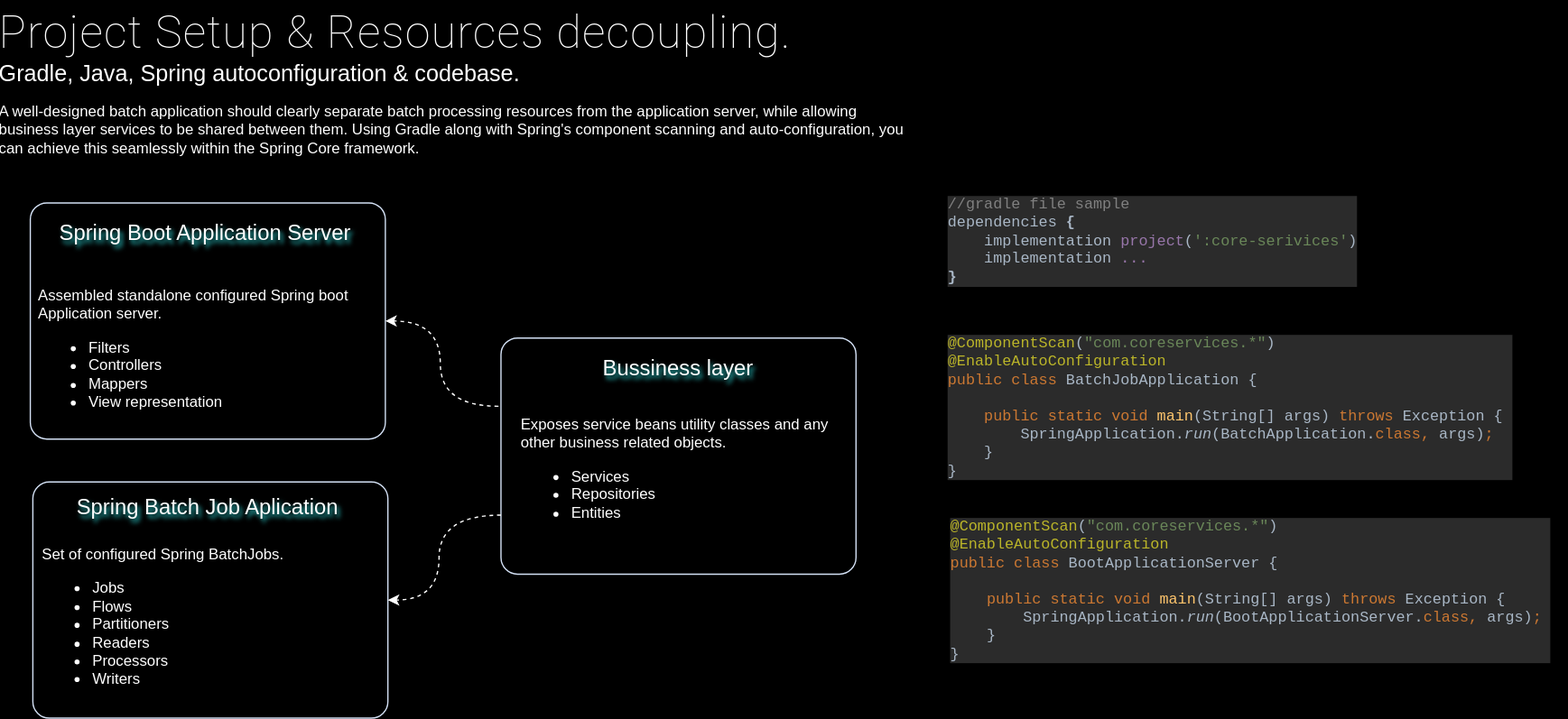
The draw.io diagram public/images/spring-batch-project-setup.drawio.svg in gsaukov/spring-batch-demo, before a commit. Source tidied: cells renumbered, new cells last; positions are measured from the earlier drawing's top-left corner, leaving out a move shared by most shapes. The source it was exported from:
```xml
<mxGraphModel background="#000000">
  <root>
    <mxCell id="0" />
    <mxCell id="1" parent="0" />
    <mxCell id="2" style="rounded=1;whiteSpace=wrap;html=1;shadow=0;arcSize=7;fillColor=none;glass=0;perimeterSpacing=0;labelBorderColor=none;shadowOffsetX=2;shadowOpacity=80;shadowColor=#33FFFF;strokeColor=#D4E1F5;strokeWidth=1;shadowBlur=1;shadowOffsetY=2;" parent="1" vertex="1">
      <mxGeometry x="26.5" y="381" width="281" height="187" as="geometry" />
    </mxCell>
    <mxCell id="3" style="rounded=1;whiteSpace=wrap;html=1;shadow=0;arcSize=7;fillColor=none;glass=0;perimeterSpacing=0;labelBorderColor=none;shadowOffsetX=2;shadowOpacity=80;shadowColor=#33FFFF;strokeColor=#D4E1F5;strokeWidth=1;shadowBlur=1;shadowOffsetY=2;" parent="1" vertex="1">
      <mxGeometry x="24.5" y="160" width="281" height="187" as="geometry" />
    </mxCell>
    <mxCell id="4" style="rounded=1;whiteSpace=wrap;html=1;shadow=0;arcSize=7;fillColor=none;glass=0;perimeterSpacing=0;labelBorderColor=none;shadowOffsetX=2;shadowOpacity=80;shadowColor=#33FFFF;strokeColor=#D4E1F5;strokeWidth=1;shadowBlur=1;shadowOffsetY=2;" parent="1" vertex="1">
      <mxGeometry x="397" y="267" width="281" height="187" as="geometry" />
    </mxCell>
    <mxCell id="5" value="Bussiness layer" style="text;html=1;strokeColor=none;fillColor=none;align=center;verticalAlign=middle;whiteSpace=wrap;rounded=0;shadow=0;sketch=0;shadowColor=#33FFFF;textShadow=1;fontColor=#FFFFFF;shadowOpacity=80;fontSize=17;" parent="1" vertex="1">
      <mxGeometry x="406" y="267" width="263" height="50" as="geometry" />
    </mxCell>
    <mxCell id="6" style="edgeStyle=orthogonalEdgeStyle;rounded=0;jettySize=auto;html=1;exitX=-0.007;exitY=0.289;exitDx=0;exitDy=0;entryX=1;entryY=0.5;entryDx=0;entryDy=0;strokeColor=#FFFFFF;curved=1;dashed=1;exitPerimeter=0;" parent="1" edge="1" source="4" target="3">
      <mxGeometry relative="1" as="geometry">
        <Array as="points">
          <mxPoint x="349" y="321" />
          <mxPoint x="349" y="254" />
        </Array>
      </mxGeometry>
    </mxCell>
    <mxCell id="7" value="&lt;p style=&quot;margin-top: 0px; margin-bottom: 0px;&quot;&gt;&lt;/p&gt;&lt;div&gt;Exposes service beans utility classes and any other business related objects.&lt;/div&gt;&lt;ul&gt;&lt;li&gt;Services&lt;/li&gt;&lt;li&gt;Repositories&lt;/li&gt;&lt;li&gt;Entities&lt;/li&gt;&lt;/ul&gt;&lt;p&gt;&lt;/p&gt;" style="text;html=1;whiteSpace=wrap;overflow=hidden;rounded=0;fontColor=#FFFFFF;spacing=0;" parent="1" vertex="1">
      <mxGeometry x="413" y="324" width="250" height="115" as="geometry" />
    </mxCell>
    <mxCell id="8" value="Spring Boot Application Server&amp;nbsp;" style="text;html=1;strokeColor=none;fillColor=none;align=center;verticalAlign=middle;whiteSpace=wrap;rounded=0;shadow=0;sketch=0;shadowColor=#33FFFF;textShadow=1;fontColor=#FFFFFF;shadowOpacity=80;fontSize=17;" parent="1" vertex="1">
      <mxGeometry x="28.8" y="160" width="272.5" height="50" as="geometry" />
    </mxCell>
    <mxCell id="9" value="&lt;p&gt;&lt;/p&gt;&lt;div&gt;Assembled standalone configured Spring boot Application server.&lt;/div&gt;&lt;ul&gt;&lt;li&gt;Filters&lt;/li&gt;&lt;li&gt;Controllers&lt;/li&gt;&lt;li&gt;Mappers&lt;/li&gt;&lt;li&gt;View representation&lt;/li&gt;&lt;/ul&gt;&lt;p&gt;&lt;/p&gt;" style="text;html=1;whiteSpace=wrap;overflow=hidden;rounded=0;fontColor=#FFFFFF;spacing=0;" parent="1" vertex="1">
      <mxGeometry x="31" y="210" width="270.2" height="124" as="geometry" />
    </mxCell>
    <mxCell id="10" value="Spring Batch Job Aplication" style="text;html=1;strokeColor=none;fillColor=none;align=center;verticalAlign=middle;whiteSpace=wrap;rounded=0;shadow=0;sketch=0;shadowColor=#33FFFF;textShadow=1;fontColor=#FFFFFF;shadowOpacity=80;fontSize=17;" parent="1" vertex="1">
      <mxGeometry x="44" y="377" width="242" height="50" as="geometry" />
    </mxCell>
    <mxCell id="11" value="&lt;p style=&quot;margin-top: 0px; margin-bottom: 0px;&quot;&gt;&lt;/p&gt;&lt;div&gt;Set of configured Spring BatchJobs.&lt;/div&gt;&lt;ul&gt;&lt;li&gt;Jobs&lt;/li&gt;&lt;li&gt;Flows&lt;/li&gt;&lt;li&gt;Partitioners&lt;/li&gt;&lt;li&gt;Readers&lt;/li&gt;&lt;li&gt;Processors&lt;/li&gt;&lt;li&gt;Writers&lt;/li&gt;&lt;/ul&gt;&lt;p&gt;&lt;/p&gt;" style="text;html=1;whiteSpace=wrap;overflow=hidden;rounded=0;fontColor=#FFFFFF;spacing=0;" parent="1" vertex="1">
      <mxGeometry x="34" y="427" width="241.5" height="121" as="geometry" />
    </mxCell>
    <mxCell id="12" value="&lt;h1 style=&quot;font-weight: 200; font-family: Roboto, &amp;quot;Helvetica Neue&amp;quot;, sans-serif; letter-spacing: 0.8px; background-color: rgb(0, 0, 0); margin-top: 0px; margin-bottom: 0px;&quot;&gt;Project Setup &amp;amp; Resources decoupling.&lt;/h1&gt;&lt;p style=&quot;margin-bottom: 0px; margin-top: 0px;&quot;&gt;Gradle, Java, Spring autoconfiguration &amp;amp; codebase.&lt;br style=&quot;font-size: 18px;&quot;&gt;&lt;/p&gt;" style="text;html=1;whiteSpace=wrap;overflow=hidden;rounded=0;fontColor=#FFFFFF;spacing=0;fontSize=18;" parent="1" vertex="1">
      <mxGeometry x="0.4" width="690.5" height="76" as="geometry" />
    </mxCell>
    <mxCell id="13" style="edgeStyle=orthogonalEdgeStyle;rounded=0;jettySize=auto;html=1;exitX=0;exitY=0.75;exitDx=0;exitDy=0;entryX=1;entryY=0.5;entryDx=0;entryDy=0;strokeColor=#FFFFFF;curved=1;dashed=1;" parent="1" edge="1" source="4" target="2">
      <mxGeometry relative="1" as="geometry">
        <Array as="points">
          <mxPoint x="348" y="407" />
          <mxPoint x="348" y="475" />
        </Array>
      </mxGeometry>
    </mxCell>
    <mxCell id="14" value="&lt;div style=&quot;background-color: rgb(43, 43, 43);&quot;&gt;&lt;pre style=&quot;font-family: &amp;quot;JetBrains Mono&amp;quot;, monospace;&quot;&gt;&lt;span style=&quot;color: rgb(128, 128, 128);&quot;&gt;//gradle file sample&lt;br&gt;&lt;/span&gt;&lt;font color=&quot;#a9b7c6&quot;&gt;dependencies &lt;/font&gt;&lt;span style=&quot;color: rgb(169, 183, 198); font-weight: bold;&quot;&gt;{&lt;br&gt;&lt;/span&gt;&lt;span style=&quot;color: rgb(169, 183, 198); font-weight: bold;&quot;&gt;    &lt;/span&gt;&lt;font color=&quot;#a9b7c6&quot;&gt;implementation &lt;/font&gt;&lt;span style=&quot;color: rgb(152, 118, 170);&quot;&gt;project&lt;/span&gt;&lt;font color=&quot;#a9b7c6&quot;&gt;(&lt;/font&gt;&lt;span style=&quot;color: rgb(106, 135, 89);&quot;&gt;':core-serivices'&lt;/span&gt;&lt;font color=&quot;#a9b7c6&quot;&gt;)&lt;br&gt;    implementation &lt;/font&gt;&lt;font color=&quot;#9876aa&quot;&gt;...&lt;/font&gt;&lt;font color=&quot;#a9b7c6&quot;&gt;&lt;br&gt;&lt;/font&gt;&lt;span style=&quot;color: rgb(169, 183, 198); font-weight: bold;&quot;&gt;}&lt;/span&gt;&lt;/pre&gt;&lt;/div&gt;" style="text;whiteSpace=wrap;html=1;" parent="1" vertex="1">
      <mxGeometry x="749" y="136" width="343" height="105" as="geometry" />
    </mxCell>
    <mxCell id="15" style="edgeStyle=orthogonalEdgeStyle;rounded=0;jettySize=auto;html=1;" parent="1" edge="1" target="14">
      <mxGeometry relative="1" as="geometry">
        <mxPoint x="1099.5" y="285" as="sourcePoint" />
      </mxGeometry>
    </mxCell>
    <mxCell id="16" value="&lt;div style=&quot;background-color:#2b2b2b;color:#a9b7c6&quot;&gt;&lt;pre style=&quot;font-family:'JetBrains Mono',monospace;font-size:9,8pt;&quot;&gt;&lt;span style=&quot;color:#bbb529;&quot;&gt;@ComponentScan&lt;/span&gt;(&lt;span style=&quot;color:#6a8759;&quot;&gt;&quot;com.coreservices.*&quot;&lt;/span&gt;)&lt;br&gt;&lt;span style=&quot;color:#bbb529;&quot;&gt;@EnableAutoConfiguration&lt;br&gt;&lt;/span&gt;&lt;span style=&quot;color:#cc7832;&quot;&gt;public class &lt;/span&gt;BatchJobApplication {&lt;br&gt;&lt;br&gt;    &lt;span style=&quot;color:#cc7832;&quot;&gt;public static void &lt;/span&gt;&lt;span style=&quot;color:#ffc66d;&quot;&gt;main&lt;/span&gt;(String[] args) &lt;span style=&quot;color:#cc7832;&quot;&gt;throws &lt;/span&gt;Exception { &lt;br&gt;        SpringApplication.&lt;span style=&quot;font-style:italic;&quot;&gt;run&lt;/span&gt;(BatchApplication.&lt;span style=&quot;color:#cc7832;&quot;&gt;class, &lt;/span&gt;args)&lt;span style=&quot;color:#cc7832;&quot;&gt;;&lt;br&gt;&lt;/span&gt;&lt;span style=&quot;color:#cc7832;&quot;&gt;    &lt;/span&gt;}&lt;br&gt;}&lt;/pre&gt;&lt;/div&gt;" style="text;whiteSpace=wrap;html=1;" parent="1" vertex="1">
      <mxGeometry x="749" y="246" width="469" height="161" as="geometry" />
    </mxCell>
    <mxCell id="17" value="&lt;div style=&quot;background-color:#2b2b2b;color:#a9b7c6&quot;&gt;&lt;pre style=&quot;font-family:'JetBrains Mono',monospace;font-size:9,8pt;&quot;&gt;&lt;span style=&quot;color:#bbb529;&quot;&gt;@ComponentScan&lt;/span&gt;(&lt;span style=&quot;color:#6a8759;&quot;&gt;&quot;com.coreservices.*&quot;&lt;/span&gt;)&lt;br&gt;&lt;span style=&quot;color:#bbb529;&quot;&gt;@EnableAutoConfiguration&lt;br&gt;&lt;/span&gt;&lt;span style=&quot;color:#cc7832;&quot;&gt;public class &lt;/span&gt;BootApplicationServer {&lt;br&gt;&lt;br&gt;    &lt;span style=&quot;color:#cc7832;&quot;&gt;public static void &lt;/span&gt;&lt;span style=&quot;color:#ffc66d;&quot;&gt;main&lt;/span&gt;(String[] args) &lt;span style=&quot;color:#cc7832;&quot;&gt;throws &lt;/span&gt;Exception {&lt;br&gt;        SpringApplication.&lt;span style=&quot;font-style:italic;&quot;&gt;run&lt;/span&gt;(BootApplicationServer.&lt;span style=&quot;white-space: normal; color: rgb(204, 120, 50);&quot;&gt;class, &lt;/span&gt;&lt;span style=&quot;white-space: normal;&quot;&gt;args)&lt;/span&gt;&lt;span style=&quot;white-space: normal; color: rgb(204, 120, 50);&quot;&gt;;&amp;nbsp;&lt;/span&gt;&lt;br&gt;&lt;span style=&quot;color:#cc7832;&quot;&gt;    &lt;/span&gt;}&lt;br&gt;}&lt;/pre&gt;&lt;/div&gt;" style="text;whiteSpace=wrap;html=1;" parent="1" vertex="1">
      <mxGeometry x="751" y="391" width="490" height="161" as="geometry" />
    </mxCell>
    <mxCell id="18" value="A well-designed batch application should clearly separate batch processing resources from the application server, while allowing business layer services to be shared between them. Using Gradle along with Spring's component scanning and auto-configuration, you can achieve this seamlessly within the Spring Core framework." style="text;html=1;whiteSpace=wrap;overflow=hidden;rounded=0;fontColor=#FFFFFF;spacing=0;" parent="1" vertex="1">
      <mxGeometry x="0.4" y="76" width="720.5" height="56" as="geometry" />
    </mxCell>
  </root>
</mxGraphModel>
```
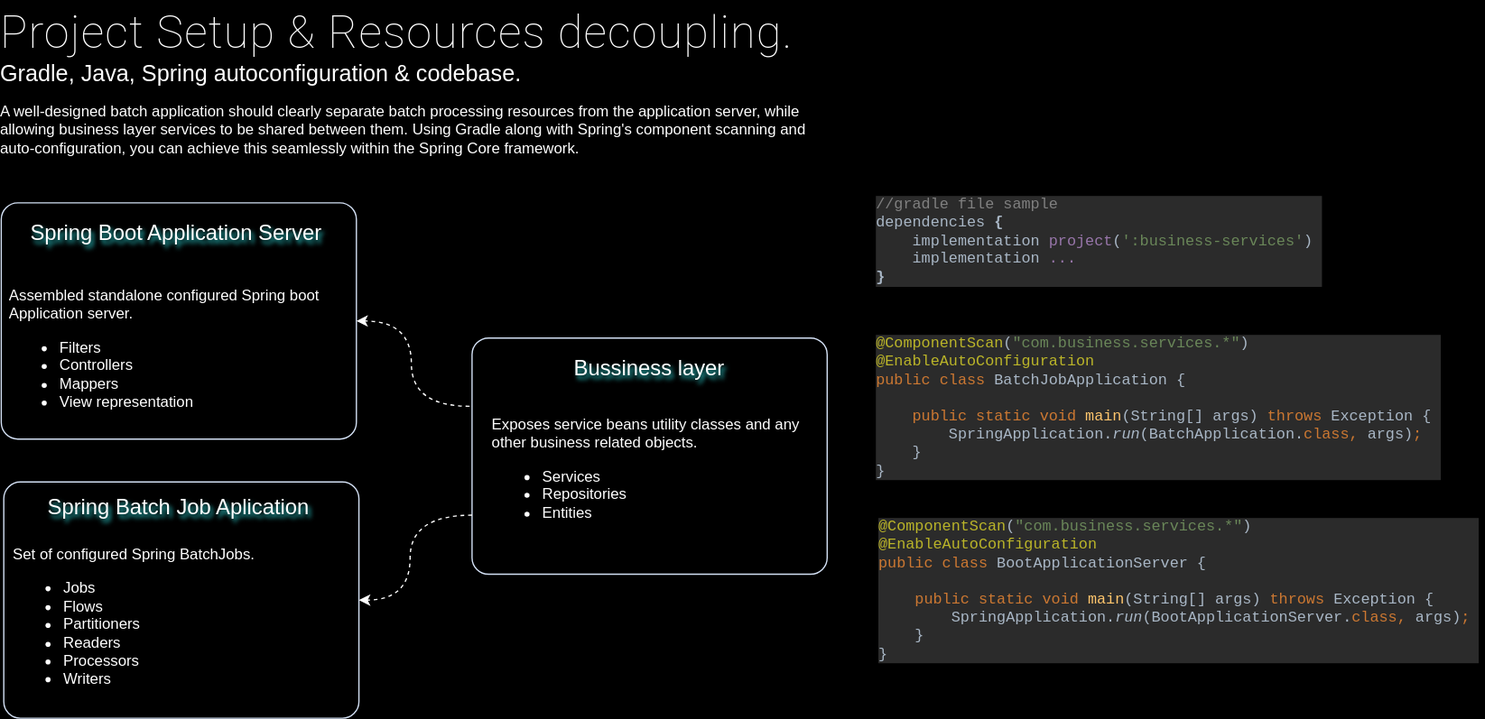
After the change.

Change to the diagram source:
```diff
@@ -38,7 +38,7 @@
       <mxGeometry x="34" y="427" width="241.5" height="121" as="geometry" />
     </mxCell>
     <mxCell id="12" value="&lt;h1 style=&quot;font-weight: 200; font-family: Roboto, &amp;quot;Helvetica Neue&amp;quot;, sans-serif; letter-spacing: 0.8px; background-color: rgb(0, 0, 0); margin-top: 0px; margin-bottom: 0px;&quot;&gt;Project Setup &amp;amp; Resources decoupling.&lt;/h1&gt;&lt;p style=&quot;margin-bottom: 0px; margin-top: 0px;&quot;&gt;Gradle, Java, Spring autoconfiguration &amp;amp; codebase.&lt;br style=&quot;font-size: 18px;&quot;&gt;&lt;/p&gt;" style="text;html=1;whiteSpace=wrap;overflow=hidden;rounded=0;fontColor=#FFFFFF;spacing=0;fontSize=18;" parent="1" vertex="1">
-      <mxGeometry x="0.4" width="690.5" height="76" as="geometry" />
+      <mxGeometry x="24.4" width="690.5" height="76" as="geometry" />
     </mxCell>
     <mxCell id="13" style="edgeStyle=orthogonalEdgeStyle;rounded=0;jettySize=auto;html=1;exitX=0;exitY=0.75;exitDx=0;exitDy=0;entryX=1;entryY=0.5;entryDx=0;entryDy=0;strokeColor=#FFFFFF;curved=1;dashed=1;" parent="1" edge="1" source="4" target="2">
       <mxGeometry relative="1" as="geometry">
@@ -48,22 +48,22 @@
         </Array>
       </mxGeometry>
     </mxCell>
-    <mxCell id="14" value="&lt;div style=&quot;background-color: rgb(43, 43, 43);&quot;&gt;&lt;pre style=&quot;font-family: &amp;quot;JetBrains Mono&amp;quot;, monospace;&quot;&gt;&lt;span style=&quot;color: rgb(128, 128, 128);&quot;&gt;//gradle file sample&lt;br&gt;&lt;/span&gt;&lt;font color=&quot;#a9b7c6&quot;&gt;dependencies &lt;/font&gt;&lt;span style=&quot;color: rgb(169, 183, 198); font-weight: bold;&quot;&gt;{&lt;br&gt;&lt;/span&gt;&lt;span style=&quot;color: rgb(169, 183, 198); font-weight: bold;&quot;&gt;    &lt;/span&gt;&lt;font color=&quot;#a9b7c6&quot;&gt;implementation &lt;/font&gt;&lt;span style=&quot;color: rgb(152, 118, 170);&quot;&gt;project&lt;/span&gt;&lt;font color=&quot;#a9b7c6&quot;&gt;(&lt;/font&gt;&lt;span style=&quot;color: rgb(106, 135, 89);&quot;&gt;':core-serivices'&lt;/span&gt;&lt;font color=&quot;#a9b7c6&quot;&gt;)&lt;br&gt;    implementation &lt;/font&gt;&lt;font color=&quot;#9876aa&quot;&gt;...&lt;/font&gt;&lt;font color=&quot;#a9b7c6&quot;&gt;&lt;br&gt;&lt;/font&gt;&lt;span style=&quot;color: rgb(169, 183, 198); font-weight: bold;&quot;&gt;}&lt;/span&gt;&lt;/pre&gt;&lt;/div&gt;" style="text;whiteSpace=wrap;html=1;" parent="1" vertex="1">
-      <mxGeometry x="749" y="136" width="343" height="105" as="geometry" />
+    <mxCell id="14" value="&lt;div style=&quot;background-color: rgb(43, 43, 43);&quot;&gt;&lt;pre style=&quot;font-family: &amp;quot;JetBrains Mono&amp;quot;, monospace;&quot;&gt;&lt;span style=&quot;color: rgb(128, 128, 128);&quot;&gt;//gradle file sample&lt;br&gt;&lt;/span&gt;&lt;font color=&quot;#a9b7c6&quot;&gt;dependencies &lt;/font&gt;&lt;span style=&quot;color: rgb(169, 183, 198); font-weight: bold;&quot;&gt;{&lt;br&gt;&lt;/span&gt;&lt;span style=&quot;color: rgb(169, 183, 198); font-weight: bold;&quot;&gt;    &lt;/span&gt;&lt;font color=&quot;#a9b7c6&quot;&gt;implementation &lt;/font&gt;&lt;span style=&quot;color: rgb(152, 118, 170);&quot;&gt;project&lt;/span&gt;&lt;font color=&quot;#a9b7c6&quot;&gt;(&lt;/font&gt;&lt;span style=&quot;color: rgb(106, 135, 89);&quot;&gt;':business-services'&lt;/span&gt;&lt;font color=&quot;#a9b7c6&quot;&gt;) &lt;br&gt;    implementation &lt;/font&gt;&lt;font color=&quot;#9876aa&quot;&gt;...&lt;/font&gt;&lt;font color=&quot;#a9b7c6&quot;&gt;&lt;br&gt;&lt;/font&gt;&lt;span style=&quot;color: rgb(169, 183, 198); font-weight: bold;&quot;&gt;}&lt;/span&gt;&lt;/pre&gt;&lt;/div&gt;" style="text;whiteSpace=wrap;html=1;" parent="1" vertex="1">
+      <mxGeometry x="715" y="136" width="390" height="105" as="geometry" />
     </mxCell>
     <mxCell id="15" style="edgeStyle=orthogonalEdgeStyle;rounded=0;jettySize=auto;html=1;" parent="1" edge="1" target="14">
       <mxGeometry relative="1" as="geometry">
-        <mxPoint x="1099.5" y="285" as="sourcePoint" />
+        <mxPoint x="1065.5" y="285" as="sourcePoint" />
       </mxGeometry>
     </mxCell>
-    <mxCell id="16" value="&lt;div style=&quot;background-color:#2b2b2b;color:#a9b7c6&quot;&gt;&lt;pre style=&quot;font-family:'JetBrains Mono',monospace;font-size:9,8pt;&quot;&gt;&lt;span style=&quot;color:#bbb529;&quot;&gt;@ComponentScan&lt;/span&gt;(&lt;span style=&quot;color:#6a8759;&quot;&gt;&quot;com.coreservices.*&quot;&lt;/span&gt;)&lt;br&gt;&lt;span style=&quot;color:#bbb529;&quot;&gt;@EnableAutoConfiguration&lt;br&gt;&lt;/span&gt;&lt;span style=&quot;color:#cc7832;&quot;&gt;public class &lt;/span&gt;BatchJobApplication {&lt;br&gt;&lt;br&gt;    &lt;span style=&quot;color:#cc7832;&quot;&gt;public static void &lt;/span&gt;&lt;span style=&quot;color:#ffc66d;&quot;&gt;main&lt;/span&gt;(String[] args) &lt;span style=&quot;color:#cc7832;&quot;&gt;throws &lt;/span&gt;Exception { &lt;br&gt;        SpringApplication.&lt;span style=&quot;font-style:italic;&quot;&gt;run&lt;/span&gt;(BatchApplication.&lt;span style=&quot;color:#cc7832;&quot;&gt;class, &lt;/span&gt;args)&lt;span style=&quot;color:#cc7832;&quot;&gt;;&lt;br&gt;&lt;/span&gt;&lt;span style=&quot;color:#cc7832;&quot;&gt;    &lt;/span&gt;}&lt;br&gt;}&lt;/pre&gt;&lt;/div&gt;" style="text;whiteSpace=wrap;html=1;" parent="1" vertex="1">
-      <mxGeometry x="749" y="246" width="469" height="161" as="geometry" />
+    <mxCell id="16" value="&lt;div style=&quot;background-color:#2b2b2b;color:#a9b7c6&quot;&gt;&lt;pre style=&quot;font-family:'JetBrains Mono',monospace;font-size:9,8pt;&quot;&gt;&lt;span style=&quot;color:#bbb529;&quot;&gt;@ComponentScan&lt;/span&gt;(&lt;span style=&quot;color:#6a8759;&quot;&gt;&quot;com.business.services.*&quot;&lt;/span&gt;)&lt;br&gt;&lt;span style=&quot;color:#bbb529;&quot;&gt;@EnableAutoConfiguration&lt;br&gt;&lt;/span&gt;&lt;span style=&quot;color:#cc7832;&quot;&gt;public class &lt;/span&gt;BatchJobApplication {&lt;br&gt;&lt;br&gt;    &lt;span style=&quot;color:#cc7832;&quot;&gt;public static void &lt;/span&gt;&lt;span style=&quot;color:#ffc66d;&quot;&gt;main&lt;/span&gt;(String[] args) &lt;span style=&quot;color:#cc7832;&quot;&gt;throws &lt;/span&gt;Exception { &lt;br&gt;        SpringApplication.&lt;span style=&quot;font-style:italic;&quot;&gt;run&lt;/span&gt;(BatchApplication.&lt;span style=&quot;color:#cc7832;&quot;&gt;class, &lt;/span&gt;args)&lt;span style=&quot;color:#cc7832;&quot;&gt;;&lt;br&gt;&lt;/span&gt;&lt;span style=&quot;color:#cc7832;&quot;&gt;    &lt;/span&gt;}&lt;br&gt;}&lt;/pre&gt;&lt;/div&gt;" style="text;whiteSpace=wrap;html=1;" parent="1" vertex="1">
+      <mxGeometry x="715" y="246" width="469" height="161" as="geometry" />
     </mxCell>
-    <mxCell id="17" value="&lt;div style=&quot;background-color:#2b2b2b;color:#a9b7c6&quot;&gt;&lt;pre style=&quot;font-family:'JetBrains Mono',monospace;font-size:9,8pt;&quot;&gt;&lt;span style=&quot;color:#bbb529;&quot;&gt;@ComponentScan&lt;/span&gt;(&lt;span style=&quot;color:#6a8759;&quot;&gt;&quot;com.coreservices.*&quot;&lt;/span&gt;)&lt;br&gt;&lt;span style=&quot;color:#bbb529;&quot;&gt;@EnableAutoConfiguration&lt;br&gt;&lt;/span&gt;&lt;span style=&quot;color:#cc7832;&quot;&gt;public class &lt;/span&gt;BootApplicationServer {&lt;br&gt;&lt;br&gt;    &lt;span style=&quot;color:#cc7832;&quot;&gt;public static void &lt;/span&gt;&lt;span style=&quot;color:#ffc66d;&quot;&gt;main&lt;/span&gt;(String[] args) &lt;span style=&quot;color:#cc7832;&quot;&gt;throws &lt;/span&gt;Exception {&lt;br&gt;        SpringApplication.&lt;span style=&quot;font-style:italic;&quot;&gt;run&lt;/span&gt;(BootApplicationServer.&lt;span style=&quot;white-space: normal; color: rgb(204, 120, 50);&quot;&gt;class, &lt;/span&gt;&lt;span style=&quot;white-space: normal;&quot;&gt;args)&lt;/span&gt;&lt;span style=&quot;white-space: normal; color: rgb(204, 120, 50);&quot;&gt;;&amp;nbsp;&lt;/span&gt;&lt;br&gt;&lt;span style=&quot;color:#cc7832;&quot;&gt;    &lt;/span&gt;}&lt;br&gt;}&lt;/pre&gt;&lt;/div&gt;" style="text;whiteSpace=wrap;html=1;" parent="1" vertex="1">
-      <mxGeometry x="751" y="391" width="490" height="161" as="geometry" />
+    <mxCell id="17" value="&lt;div style=&quot;background-color:#2b2b2b;color:#a9b7c6&quot;&gt;&lt;pre style=&quot;font-family:'JetBrains Mono',monospace;font-size:9,8pt;&quot;&gt;&lt;span style=&quot;color:#bbb529;&quot;&gt;@ComponentScan&lt;/span&gt;(&lt;span style=&quot;color:#6a8759;&quot;&gt;&quot;com.business.services.*&quot;&lt;/span&gt;)&lt;br&gt;&lt;span style=&quot;color:#bbb529;&quot;&gt;@EnableAutoConfiguration&lt;br&gt;&lt;/span&gt;&lt;span style=&quot;color:#cc7832;&quot;&gt;public class &lt;/span&gt;BootApplicationServer {&lt;br&gt;&lt;br&gt;    &lt;span style=&quot;color:#cc7832;&quot;&gt;public static void &lt;/span&gt;&lt;span style=&quot;color:#ffc66d;&quot;&gt;main&lt;/span&gt;(String[] args) &lt;span style=&quot;color:#cc7832;&quot;&gt;throws &lt;/span&gt;Exception {&lt;br&gt;        SpringApplication.&lt;span style=&quot;font-style:italic;&quot;&gt;run&lt;/span&gt;(BootApplicationServer.&lt;span style=&quot;white-space: normal; color: rgb(204, 120, 50);&quot;&gt;class, &lt;/span&gt;&lt;span style=&quot;white-space: normal;&quot;&gt;args)&lt;/span&gt;&lt;span style=&quot;white-space: normal; color: rgb(204, 120, 50);&quot;&gt;;&amp;nbsp;&lt;/span&gt;&lt;br&gt;&lt;span style=&quot;color:#cc7832;&quot;&gt;    &lt;/span&gt;}&lt;br&gt;}&lt;/pre&gt;&lt;/div&gt;" style="text;whiteSpace=wrap;html=1;" parent="1" vertex="1">
+      <mxGeometry x="717" y="391" width="482" height="161" as="geometry" />
     </mxCell>
     <mxCell id="18" value="A well-designed batch application should clearly separate batch processing resources from the application server, while allowing business layer services to be shared between them. Using Gradle along with Spring's component scanning and auto-configuration, you can achieve this seamlessly within the Spring Core framework." style="text;html=1;whiteSpace=wrap;overflow=hidden;rounded=0;fontColor=#FFFFFF;spacing=0;" parent="1" vertex="1">
-      <mxGeometry x="0.4" y="76" width="720.5" height="56" as="geometry" />
+      <mxGeometry x="24.4" y="76" width="641.5" height="56" as="geometry" />
     </mxCell>
   </root>
 </mxGraphModel>
```
